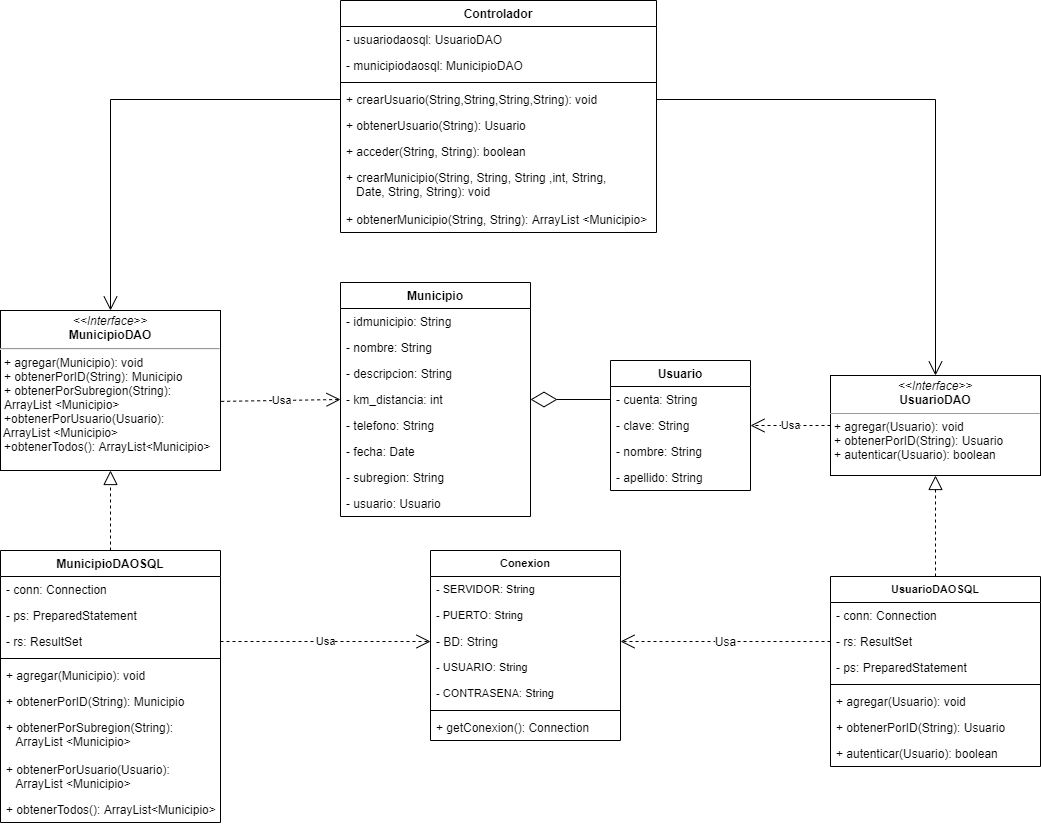
This is diagrama de clases.png from Andres0x90/WebMunicipiosTuristicos, a draw.io export, as it was before one commit. Source tidied: cells renumbered, new cells last; positions are measured from the earlier drawing's top-left corner, leaving out a move shared by most shapes.
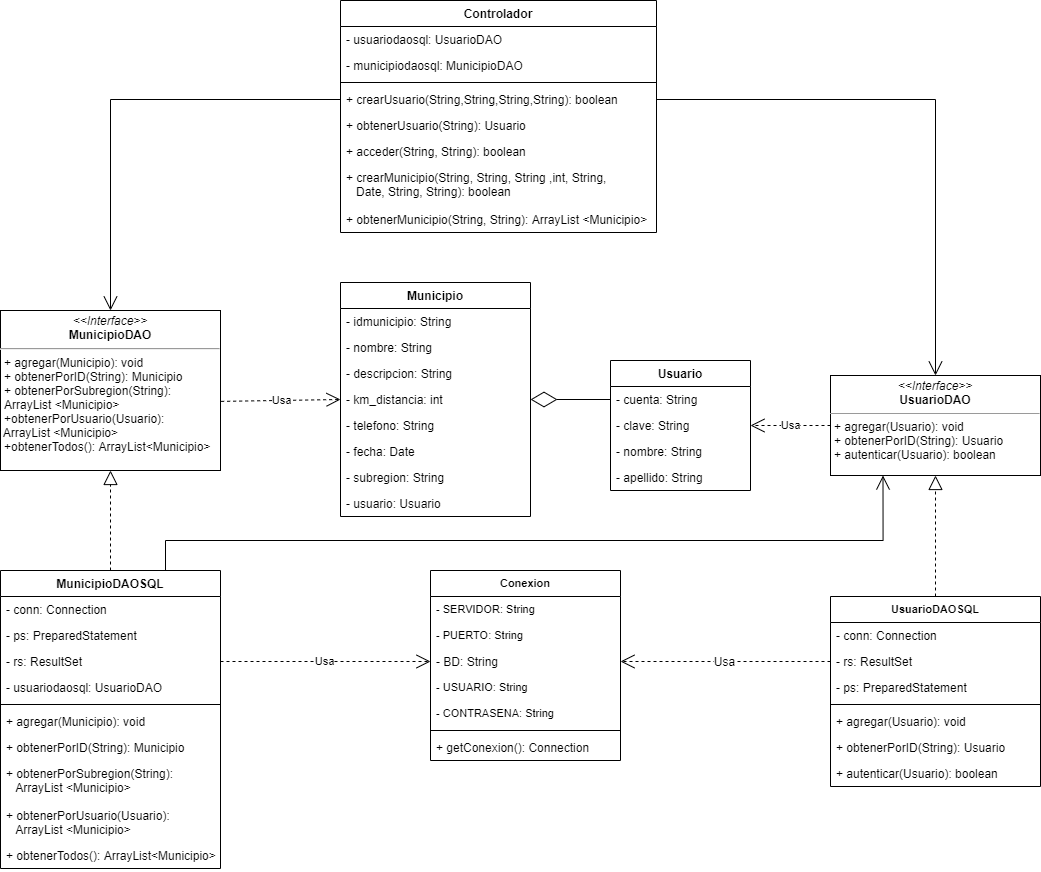
Later version of the same file.

Commit message:
Diagrama de clases modificado V3

Diff of the diagram source:
```diff
@@ -54,7 +54,7 @@
       <mxGeometry x="830" y="375" width="210" height="100" as="geometry" />
     </mxCell>
     <mxCell id="19" value="MunicipioDAOSQL" style="swimlane;fontStyle=1;horizontal=1;startSize=26;fillColor=none;" parent="1" vertex="1">
-      <mxGeometry y="550" width="220" height="272" as="geometry" />
+      <mxGeometry y="570" width="220" height="298" as="geometry" />
     </mxCell>
     <mxCell id="20" value="- conn: Connection" style="text;strokeColor=none;fillColor=none;align=left;verticalAlign=top;spacingLeft=4;spacingRight=4;overflow=hidden;fontSize=12;" parent="19" vertex="1">
       <mxGeometry y="26" width="220" height="26" as="geometry" />
@@ -65,23 +65,26 @@
     <mxCell id="22" value="- rs: ResultSet" style="text;strokeColor=none;fillColor=none;align=left;verticalAlign=top;spacingLeft=4;spacingRight=4;overflow=hidden;points=[[0,0.5],[1,0.5]];portConstraint=eastwest;fontSize=12;" parent="19" vertex="1">
       <mxGeometry y="78" width="220" height="26" as="geometry" />
     </mxCell>
+    <mxCell id="62" value="- usuariodaosql: UsuarioDAO" style="text;strokeColor=none;fillColor=none;align=left;verticalAlign=top;spacingLeft=4;spacingRight=4;overflow=hidden;" parent="19" vertex="1">
+      <mxGeometry y="104" width="220" height="26" as="geometry" />
+    </mxCell>
     <mxCell id="23" style="line;strokeWidth=1;fillColor=none;align=left;verticalAlign=middle;spacingTop=-1;spacingLeft=3;spacingRight=3;labelPosition=right;" parent="19" vertex="1">
-      <mxGeometry y="104" width="220" height="8" as="geometry" />
+      <mxGeometry y="130" width="220" height="8" as="geometry" />
     </mxCell>
     <mxCell id="24" value="+ agregar(Municipio): void" style="text;strokeColor=none;fillColor=none;align=left;verticalAlign=top;spacingLeft=4;spacingRight=4;overflow=hidden;" parent="19" vertex="1">
-      <mxGeometry y="112" width="220" height="26" as="geometry" />
+      <mxGeometry y="138" width="220" height="26" as="geometry" />
     </mxCell>
     <mxCell id="25" value="+ obtenerPorID(String): Municipio" style="text;strokeColor=none;fillColor=none;align=left;verticalAlign=top;spacingLeft=4;spacingRight=4;overflow=hidden;" parent="19" vertex="1">
-      <mxGeometry y="138" width="220" height="26" as="geometry" />
+      <mxGeometry y="164" width="220" height="26" as="geometry" />
     </mxCell>
     <mxCell id="26" value="+ obtenerPorSubregion(String):&#10;   ArrayList &lt;Municipio&gt; " style="text;strokeColor=none;fillColor=none;align=left;verticalAlign=top;spacingLeft=4;spacingRight=4;overflow=hidden;" parent="19" vertex="1">
-      <mxGeometry y="164" width="220" height="42" as="geometry" />
+      <mxGeometry y="190" width="220" height="42" as="geometry" />
     </mxCell>
     <mxCell id="27" value="+ obtenerPorUsuario(Usuario): &#10;   ArrayList &lt;Municipio&gt;" style="text;strokeColor=none;fillColor=none;align=left;verticalAlign=top;spacingLeft=4;spacingRight=4;overflow=hidden;" parent="19" vertex="1">
-      <mxGeometry y="206" width="220" height="40" as="geometry" />
+      <mxGeometry y="232" width="220" height="40" as="geometry" />
     </mxCell>
     <mxCell id="28" value="+ obtenerTodos(): ArrayList&lt;Municipio&gt;" style="text;strokeColor=none;fillColor=none;align=left;verticalAlign=top;spacingLeft=4;spacingRight=4;overflow=hidden;" parent="19" vertex="1">
-      <mxGeometry y="246" width="220" height="26" as="geometry" />
+      <mxGeometry y="272" width="220" height="26" as="geometry" />
     </mxCell>
     <mxCell id="29" style="endArrow=diamondThin;endFill=0;endSize=24;html=1;entryX=1;entryY=0.5;entryDx=0;entryDy=0;exitX=0;exitY=0.5;exitDx=0;exitDy=0;" parent="1" edge="1" source="13" target="6">
       <mxGeometry relative="1" as="geometry" />
@@ -90,7 +93,7 @@
       <mxGeometry relative="1" as="geometry" />
     </mxCell>
     <mxCell id="31" value="Conexion" style="swimlane;fontStyle=1;align=center;verticalAlign=top;horizontal=1;startSize=26;fontSize=11;" parent="1" vertex="1">
-      <mxGeometry x="430" y="550" width="190" height="190" as="geometry" />
+      <mxGeometry x="430" y="570" width="190" height="190" as="geometry" />
     </mxCell>
     <mxCell id="32" value="- SERVIDOR: String" style="text;strokeColor=none;fillColor=none;align=left;verticalAlign=top;spacingLeft=4;spacingRight=4;overflow=hidden;fontSize=11;" parent="31" vertex="1">
       <mxGeometry y="26" width="190" height="26" as="geometry" />
@@ -120,7 +123,7 @@
       <mxGeometry relative="1" as="geometry" />
     </mxCell>
     <mxCell id="41" value="UsuarioDAOSQL" style="swimlane;fontStyle=1;align=center;verticalAlign=top;horizontal=1;startSize=26;fontSize=11;" parent="1" vertex="1">
-      <mxGeometry x="830" y="576" width="210" height="190" as="geometry" />
+      <mxGeometry x="830" y="596" width="210" height="190" as="geometry" />
     </mxCell>
     <mxCell id="42" value="- conn: Connection" style="text;strokeColor=none;fillColor=none;align=left;verticalAlign=top;spacingLeft=4;spacingRight=4;overflow=hidden;fontSize=12;" parent="41" vertex="1">
       <mxGeometry y="26" width="210" height="26" as="geometry" />
@@ -161,7 +164,7 @@
     <mxCell id="54" style="line;strokeWidth=1;fillColor=none;align=left;verticalAlign=middle;spacingTop=-1;spacingLeft=3;spacingRight=3;labelPosition=right;" parent="51" vertex="1">
       <mxGeometry y="78" width="316" height="8" as="geometry" />
     </mxCell>
-    <mxCell id="55" value="+ crearUsuario(String,String,String,String): void" style="text;strokeColor=none;fillColor=none;align=left;verticalAlign=top;spacingLeft=4;spacingRight=4;overflow=hidden;points=[[0,0.5],[1,0.5]];portConstraint=eastwest;" parent="51" vertex="1">
+    <mxCell id="55" value="+ crearUsuario(String,String,String,String): boolean" style="text;strokeColor=none;fillColor=none;align=left;verticalAlign=top;spacingLeft=4;spacingRight=4;overflow=hidden;points=[[0,0.5],[1,0.5]];portConstraint=eastwest;" parent="51" vertex="1">
       <mxGeometry y="86" width="316" height="26" as="geometry" />
     </mxCell>
     <mxCell id="56" value="+ obtenerUsuario(String): Usuario" style="text;strokeColor=none;fillColor=none;align=left;verticalAlign=top;spacingLeft=4;spacingRight=4;overflow=hidden;glass=0;fontSize=12;" parent="51" vertex="1">
@@ -170,7 +173,7 @@
     <mxCell id="57" value="+ acceder(String, String): boolean" style="text;strokeColor=none;fillColor=none;align=left;verticalAlign=top;spacingLeft=4;spacingRight=4;overflow=hidden;" parent="51" vertex="1">
       <mxGeometry y="138" width="316" height="26" as="geometry" />
     </mxCell>
-    <mxCell id="58" value="+ crearMunicipio(String, String, String ,int, String,&#10;   Date, String, String): void" style="text;strokeColor=none;fillColor=none;align=left;verticalAlign=top;spacingLeft=4;spacingRight=4;overflow=hidden;glass=0;fontSize=12;" parent="51" vertex="1">
+    <mxCell id="58" value="+ crearMunicipio(String, String, String ,int, String,&#10;   Date, String, String): boolean" style="text;strokeColor=none;fillColor=none;align=left;verticalAlign=top;spacingLeft=4;spacingRight=4;overflow=hidden;glass=0;fontSize=12;" parent="51" vertex="1">
       <mxGeometry y="164" width="316" height="42" as="geometry" />
     </mxCell>
     <mxCell id="59" value="+ obtenerMunicipio(String, String): ArrayList &lt;Municipio&gt;" style="text;strokeColor=none;fillColor=none;align=left;verticalAlign=top;spacingLeft=4;spacingRight=4;overflow=hidden;glass=0;fontSize=12;" parent="51" vertex="1">
@@ -182,5 +185,13 @@
     <mxCell id="61" style="endArrow=open;endFill=1;endSize=12;html=1;exitX=1;exitY=0.5;exitDx=0;exitDy=0;entryX=0.5;entryY=0;entryDx=0;entryDy=0;edgeStyle=orthogonalEdgeStyle;rounded=0;" parent="1" edge="1" source="55" target="18">
       <mxGeometry relative="1" as="geometry" />
     </mxCell>
+    <mxCell id="63" style="endArrow=open;endFill=1;endSize=12;html=1;exitX=0.75;exitY=0;exitDx=0;exitDy=0;entryX=0.25;entryY=1;entryDx=0;entryDy=0;rounded=0;edgeStyle=orthogonalEdgeStyle;" parent="1" edge="1" source="19" target="18">
+      <mxGeometry relative="1" as="geometry">
+        <Array as="points">
+          <mxPoint x="165" y="540" />
+          <mxPoint x="883" y="540" />
+        </Array>
+      </mxGeometry>
+    </mxCell>
   </root>
 </mxGraphModel>
```
